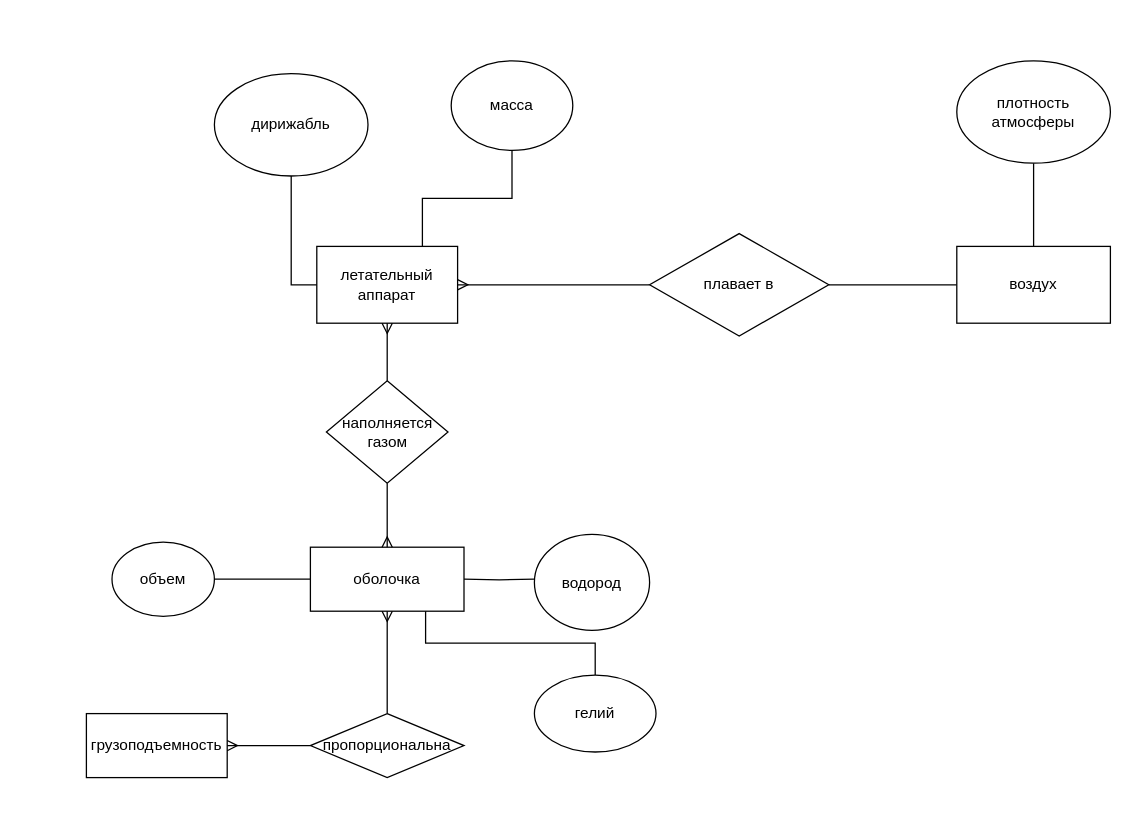
Before: Untitled Diagram.drawio in KozlovKA/PPvIS5sem, a draw.io diagram. Source tidied: cells renumbered, new cells numbered last; positions are measured from the earlier drawing's top-left corner, leaving out a move shared by most shapes. Both pictures are drawn from the tidied source at 128%, with x=0, y=0 at pixel (86, 60).
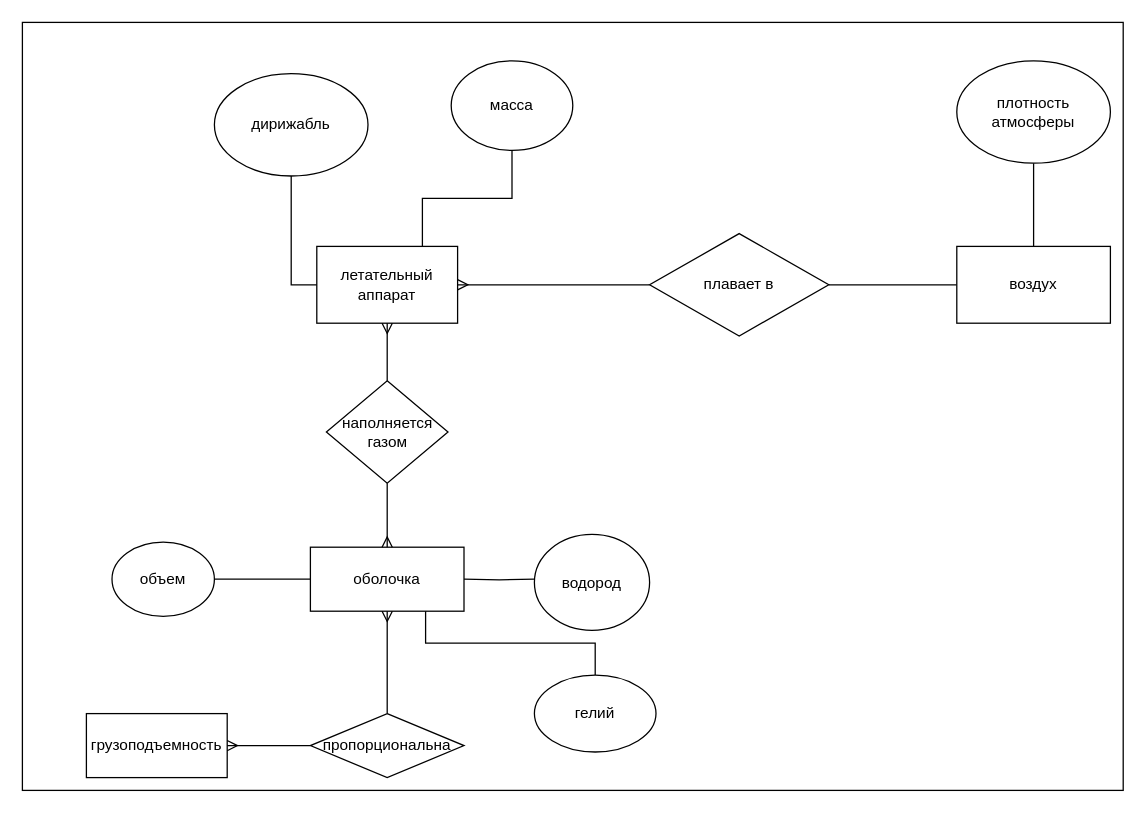
Above is the later version.

Diff of the diagram source:
```diff
@@
+    <mxCell id="27" style="rounded=0;whiteSpace=wrap;html=1;fillOpacity=0;" parent="1" vertex="1">
+      <mxGeometry x="-50" y="-30" width="860" height="600" as="geometry" />
+    </mxCell>
```
